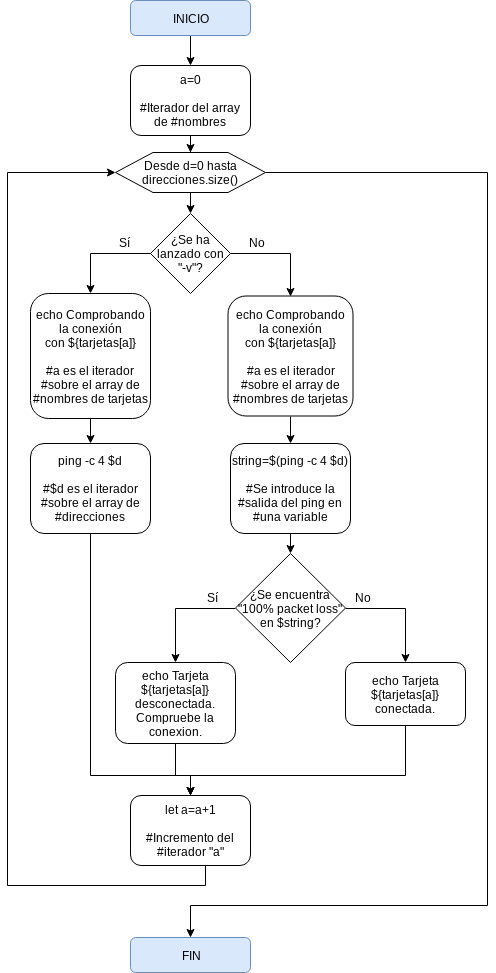
JesusRguez/Zybo keeps this draw.io diagram as Documentos/Test de interconexión red Zybo/Inicio.png. Above is the earlier version. Source tidied: cells renumbered, new cells last; positions are measured from the earlier drawing's top-left corner, leaving out a move shared by most shapes.
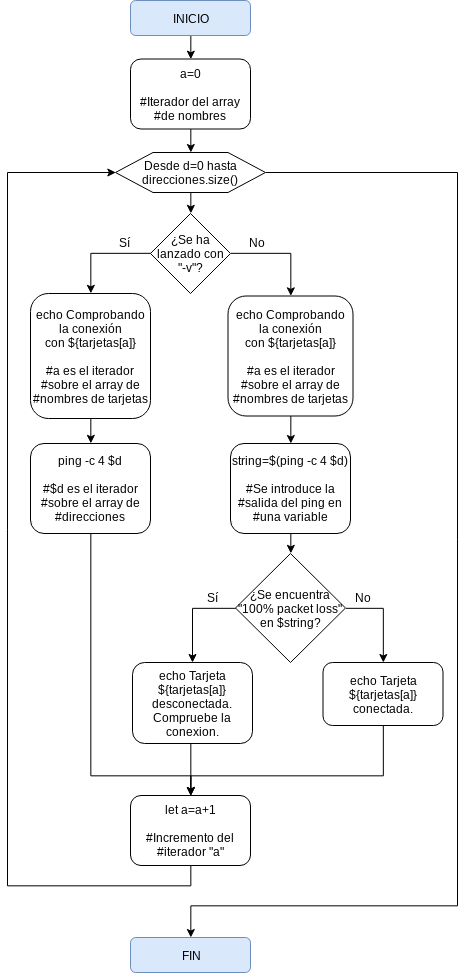
The same diagram one commit later.

Commit message:
Corregido el diagrama de flujo y el exito y fracaso, que estaban al revés

Diff of the diagram source:
```diff
@@ -74,30 +74,29 @@
     <mxCell id="22" style="edgeStyle=orthogonalEdgeStyle;rounded=0;jettySize=auto;html=1;exitX=0.5;exitY=1;exitDx=0;exitDy=0;" parent="1" edge="1" source="23" target="32">
       <mxGeometry relative="1" as="geometry">
         <Array as="points">
-          <mxPoint x="168" y="775" />
-          <mxPoint x="183" y="775" />
+          <mxPoint x="183" y="743" />
         </Array>
       </mxGeometry>
     </mxCell>
     <mxCell id="23" value="echo Tarjeta ${tarjetas[a]} desconectada. Compruebe la conexion.&lt;br&gt;" style="rounded=1;whiteSpace=wrap;html=1;" parent="1" vertex="1">
-      <mxGeometry x="108" y="662" width="120" height="81" as="geometry" />
+      <mxGeometry x="125" y="662" width="120" height="81" as="geometry" />
     </mxCell>
     <mxCell id="24" style="edgeStyle=orthogonalEdgeStyle;rounded=0;jettySize=auto;html=1;exitX=0.5;exitY=1;exitDx=0;exitDy=0;entryX=0.5;entryY=0;entryDx=0;entryDy=0;" parent="1" edge="1" source="25" target="32">
       <mxGeometry relative="1" as="geometry">
         <Array as="points">
-          <mxPoint x="398" y="775" />
+          <mxPoint x="376" y="775" />
           <mxPoint x="183" y="775" />
         </Array>
       </mxGeometry>
     </mxCell>
     <mxCell id="25" value="echo Tarjeta ${tarjetas[a]} conectada.&lt;br&gt;" style="rounded=1;whiteSpace=wrap;html=1;" parent="1" vertex="1">
-      <mxGeometry x="338" y="662" width="120" height="63" as="geometry" />
+      <mxGeometry x="315.5" y="662" width="120" height="63" as="geometry" />
     </mxCell>
-    <mxCell id="26" style="edgeStyle=orthogonalEdgeStyle;rounded=0;jettySize=auto;html=1;exitX=0.5;exitY=1;exitDx=0;exitDy=0;" parent="1" edge="1" source="27" target="30">
+    <mxCell id="26" style="edgeStyle=orthogonalEdgeStyle;rounded=0;jettySize=auto;html=1;exitX=0.5;exitY=1;exitDx=0;exitDy=0;entryX=0.5;entryY=0;entryDx=0;entryDy=0;" parent="1" edge="1" source="27" target="30">
       <mxGeometry relative="1" as="geometry" />
     </mxCell>
-    <mxCell id="27" value="a=0&lt;br&gt;&lt;br&gt;#Iterador del array de #nombres&lt;br&gt;" style="rounded=1;whiteSpace=wrap;html=1;" parent="1" vertex="1">
-      <mxGeometry x="123" y="65" width="120" height="70" as="geometry" />
+    <mxCell id="27" value="a=0&lt;br&gt;&lt;br&gt;#Iterador del array #de nombres&lt;br&gt;" style="rounded=1;whiteSpace=wrap;html=1;" parent="1" vertex="1">
+      <mxGeometry x="123" y="58.5" width="120" height="70" as="geometry" />
     </mxCell>
     <mxCell id="28" style="edgeStyle=orthogonalEdgeStyle;rounded=0;jettySize=auto;html=1;exitX=0.5;exitY=1;exitDx=0;exitDy=0;entryX=0.5;entryY=0;entryDx=0;entryDy=0;" parent="1" edge="1" source="30" target="6">
       <mxGeometry relative="1" as="geometry" />
@@ -105,8 +104,8 @@
     <mxCell id="29" style="edgeStyle=orthogonalEdgeStyle;rounded=0;jettySize=auto;html=1;exitX=1;exitY=0.5;exitDx=0;exitDy=0;entryX=0.5;entryY=0;entryDx=0;entryDy=0;" parent="1" edge="1" source="30" target="33">
       <mxGeometry relative="1" as="geometry">
         <Array as="points">
-          <mxPoint x="480" y="172" />
-          <mxPoint x="480" y="905" />
+          <mxPoint x="450" y="172" />
+          <mxPoint x="450" y="905" />
           <mxPoint x="183" y="905" />
         </Array>
       </mxGeometry>
@@ -117,7 +116,7 @@
     <mxCell id="31" style="edgeStyle=orthogonalEdgeStyle;rounded=0;jettySize=auto;html=1;exitX=0.5;exitY=1;exitDx=0;exitDy=0;entryX=0;entryY=0.5;entryDx=0;entryDy=0;" parent="1" edge="1" source="32" target="30">
       <mxGeometry relative="1" as="geometry">
         <Array as="points">
-          <mxPoint x="198" y="885" />
+          <mxPoint x="183" y="885" />
           <mxPoint y="885" />
           <mxPoint y="172" />
         </Array>
```
